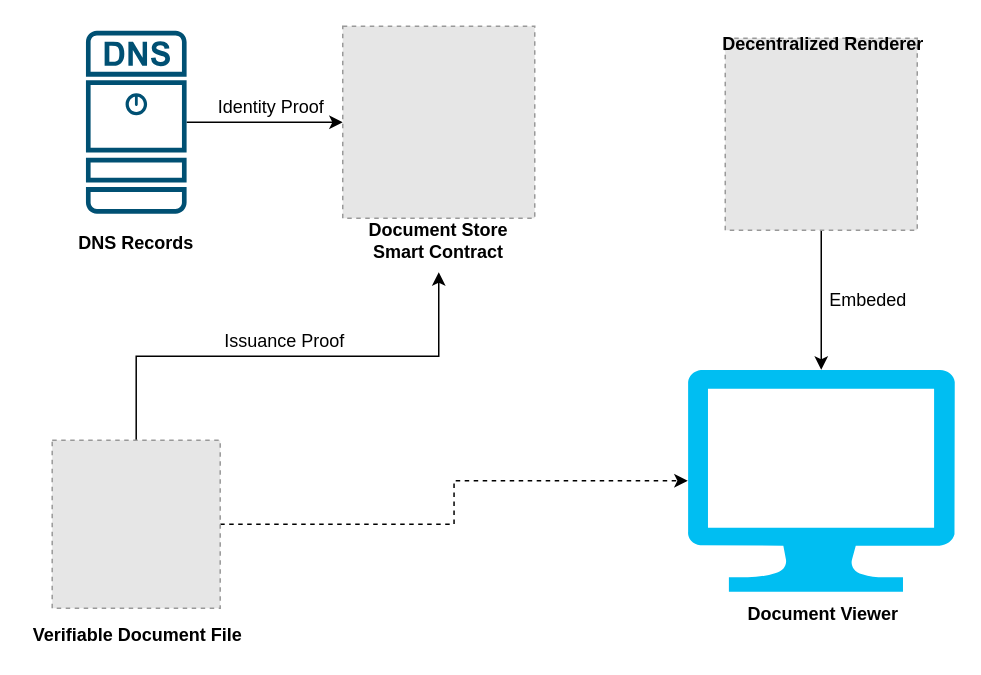
Before: website/static/docs/verifiable-document/overview/overview.drawio in Open-Attestation/documentation-website, a draw.io diagram. Source tidied: cells renumbered, new cells numbered last; positions are measured from the earlier drawing's top-left corner, leaving out a move shared by most shapes. Both pictures are drawn from the tidied source at 150%, with x=0, y=0 at pixel (24, 26). Pictures stored in the file or linked from it are replaced by grey dashed boxes.
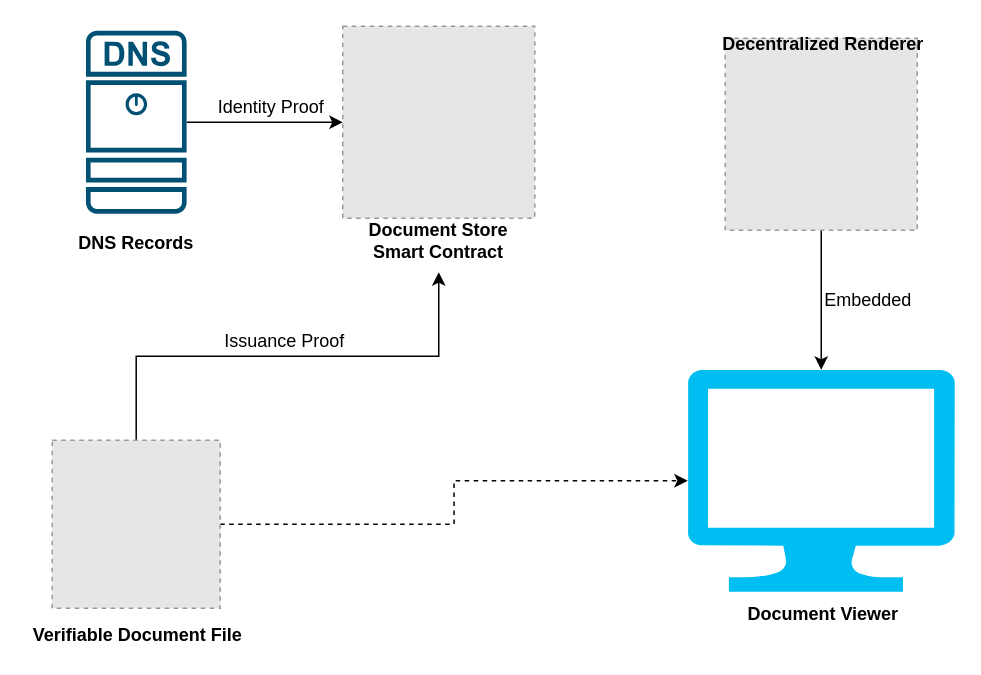
After the change.

The edit, as a diff of the source:
```diff
@@
 <mxGraphModel>
   <root>
     <mxCell id="0" />
     <mxCell id="1" parent="0" />
     <mxCell id="2" style="edgeStyle=orthogonalEdgeStyle;rounded=0;jettySize=auto;html=1;exitX=1;exitY=0.5;exitDx=0;exitDy=0;exitPerimeter=0;entryX=0;entryY=0.5;entryDx=0;entryDy=0;" parent="1" edge="1" source="3" target="7">
       <mxGeometry relative="1" as="geometry" />
     </mxCell>
     <mxCell id="3" style="points=[[0.015,0.015,0],[0.985,0.015,0],[0.985,0.985,0],[0.015,0.985,0],[0.25,0,0],[0.5,0,0],[0.75,0,0],[1,0.25,0],[1,0.5,0],[1,0.75,0],[0.75,1,0],[0.5,1,0],[0.25,1,0],[0,0.75,0],[0,0.5,0],[0,0.25,0]];verticalLabelPosition=bottom;html=1;verticalAlign=top;align=center;shape=mxgraph.cisco19.dns_server;fillColor=#005073;strokeColor=none;" parent="1" vertex="1">
       <mxGeometry x="40.8" y="3" width="67.1" height="122" as="geometry" />
     </mxCell>
     <mxCell id="4" style="edgeStyle=orthogonalEdgeStyle;rounded=0;jettySize=auto;html=1;exitX=0.5;exitY=0;exitDx=0;exitDy=0;entryX=0.5;entryY=1;entryDx=0;entryDy=0;" parent="1" edge="1" source="6" target="11">
       <mxGeometry relative="1" as="geometry" />
     </mxCell>
     <mxCell id="5" style="edgeStyle=orthogonalEdgeStyle;rounded=0;jettySize=auto;html=1;exitX=1;exitY=0.5;exitDx=0;exitDy=0;entryX=0;entryY=0.5;entryDx=0;entryDy=0;entryPerimeter=0;strokeColor=#000000;dashed=1;" parent="1" edge="1" source="6" target="14">
       <mxGeometry relative="1" as="geometry" />
     </mxCell>
     <mxCell id="6" style="fillColor=#E6E6E6;strokeColor=#999999;dashed=1;html=1;verticalAlign=top;verticalLabelPosition=bottom;labelBackgroundColor=#ffffff;" parent="1" vertex="1">
       <mxGeometry x="18.3" y="276" width="112" height="112" as="geometry" />
     </mxCell>
     <mxCell id="7" style="fillColor=#E6E6E6;strokeColor=#999999;dashed=1;html=1;verticalAlign=top;verticalLabelPosition=bottom;labelBackgroundColor=#ffffff;" parent="1" vertex="1">
       <mxGeometry x="212" width="128" height="128" as="geometry" />
     </mxCell>
     <mxCell id="8" style="edgeStyle=orthogonalEdgeStyle;rounded=0;jettySize=auto;html=1;exitX=0.5;exitY=1;exitDx=0;exitDy=0;entryX=0.5;entryY=0;entryDx=0;entryDy=0;entryPerimeter=0;" parent="1" edge="1" source="9" target="14">
       <mxGeometry relative="1" as="geometry" />
     </mxCell>
     <mxCell id="9" style="fillColor=#E6E6E6;strokeColor=#999999;dashed=1;html=1;verticalAlign=top;verticalLabelPosition=bottom;labelBackgroundColor=#ffffff;" parent="1" vertex="1">
       <mxGeometry x="467" y="8" width="128" height="128" as="geometry" />
     </mxCell>
     <mxCell id="10" value="DNS Records" style="text;html=1;strokeColor=none;fillColor=none;align=center;verticalAlign=middle;whiteSpace=wrap;rounded=0;fontStyle=1;" parent="1" vertex="1">
       <mxGeometry x="30.8" y="129" width="87" height="32" as="geometry" />
     </mxCell>
     <mxCell id="11" value="Document Store Smart Contract" style="text;html=1;strokeColor=none;fillColor=none;align=center;verticalAlign=middle;whiteSpace=wrap;rounded=0;fontStyle=1;" parent="1" vertex="1">
       <mxGeometry x="224" y="121" width="104" height="43" as="geometry" />
     </mxCell>
     <mxCell id="12" value="Verifiable Document File" style="text;html=1;align=center;verticalAlign=middle;fontStyle=1;" parent="1" vertex="1">
       <mxGeometry x="0.3" y="397" width="149" height="18" as="geometry" />
     </mxCell>
     <mxCell id="13" value="Decentralized Renderer" style="text;html=1;align=center;verticalAlign=middle;fontStyle=1;" parent="1" vertex="1">
       <mxGeometry x="459.5" y="3" width="144" height="18" as="geometry" />
     </mxCell>
     <mxCell id="14" style="verticalLabelPosition=bottom;html=1;verticalAlign=top;align=center;strokeColor=none;fillColor=#00BEF2;shape=mxgraph.azure.computer;" parent="1" vertex="1">
       <mxGeometry x="442" y="229" width="178" height="148" as="geometry" />
     </mxCell>
     <mxCell id="15" value="Document Viewer" style="text;html=1;align=center;verticalAlign=middle;fontStyle=1;" parent="1" vertex="1">
       <mxGeometry x="476.5" y="383" width="110" height="18" as="geometry" />
     </mxCell>
     <mxCell id="16" value="Issuance Proof" style="text;html=1;align=center;verticalAlign=middle;" parent="1" vertex="1">
       <mxGeometry x="128" y="201" width="90" height="18" as="geometry" />
     </mxCell>
     <mxCell id="17" value="Identity Proof" style="text;html=1;align=center;verticalAlign=middle;" parent="1" vertex="1">
       <mxGeometry x="123" y="45" width="81" height="18" as="geometry" />
     </mxCell>
-    <mxCell id="18" value="Embeded" style="text;html=1;align=center;verticalAlign=middle;" parent="1" vertex="1">
-      <mxGeometry x="531" y="174" width="61" height="18" as="geometry" />
+    <mxCell id="18" value="Embedded" style="text;html=1;align=center;verticalAlign=middle;" parent="1" vertex="1">
+      <mxGeometry x="528" y="174" width="68" height="18" as="geometry" />
     </mxCell>
   </root>
 </mxGraphModel>
```
